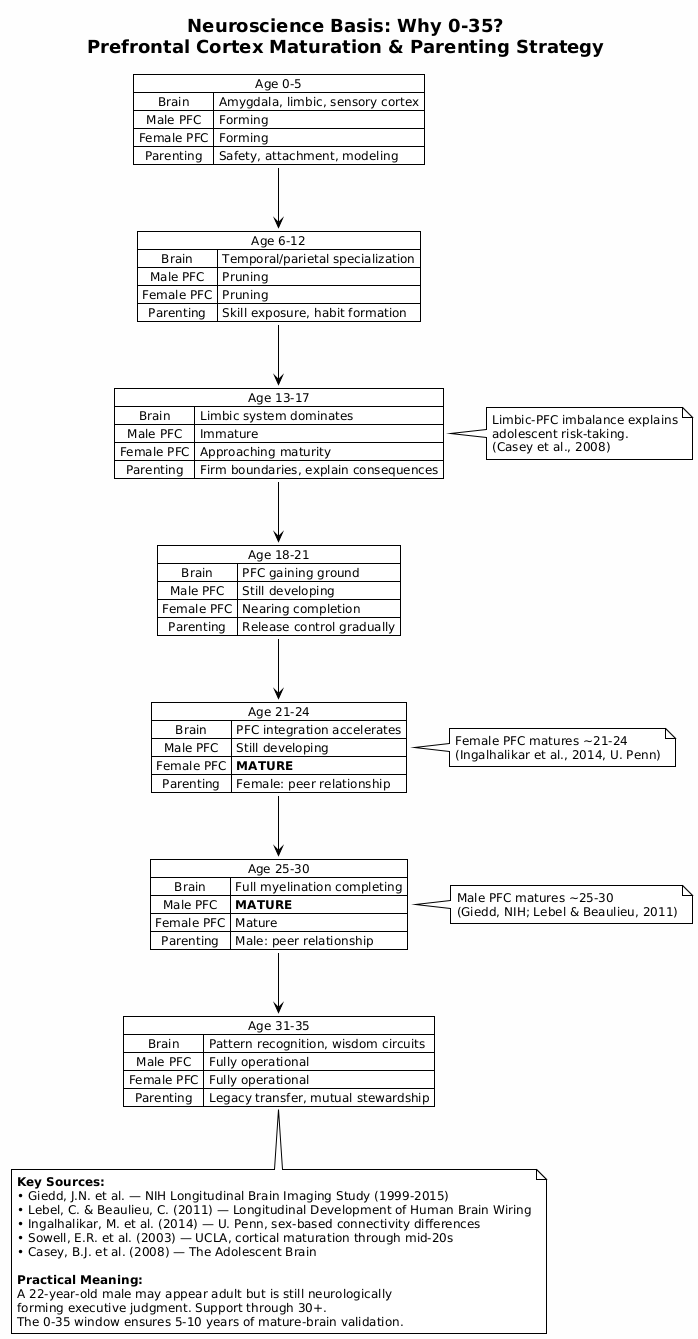
Before: diagrams/brain_maturation.png, a diagram exported from PlantUML (vampireLibrarianMonk/life_planning). Source of this version:
```plantuml
@startuml brain_maturation
!theme plain
skinparam backgroundColor #FEFEFE
skinparam defaultFontSize 12
skinparam titleFontSize 18

title Neuroscience Basis: Why 0-35?\nPrefrontal Cortex Maturation & Parenting Strategy

map "Age 0-5" as a1 {
  Brain => Amygdala, limbic, sensory cortex
  Male PFC => Forming
  Female PFC => Forming
  Parenting => Safety, attachment, modeling
}

map "Age 6-12" as a2 {
  Brain => Temporal/parietal specialization
  Male PFC => Pruning
  Female PFC => Pruning
  Parenting => Skill exposure, habit formation
}

map "Age 13-17" as a3 {
  Brain => Limbic system dominates
  Male PFC => Immature
  Female PFC => Approaching maturity
  Parenting => Firm boundaries, explain consequences
}

map "Age 18-21" as a4 {
  Brain => PFC gaining ground
  Male PFC => Still developing
  Female PFC => Nearing completion
  Parenting => Release control gradually
}

map "Age 21-24" as a5 {
  Brain => PFC integration accelerates
  Male PFC => Still developing
  Female PFC => **MATURE**
  Parenting => Female: peer relationship
}

map "Age 25-30" as a6 {
  Brain => Full myelination completing
  Male PFC => **MATURE**
  Female PFC => Mature
  Parenting => Male: peer relationship
}

map "Age 31-35" as a7 {
  Brain => Pattern recognition, wisdom circuits
  Male PFC => Fully operational
  Female PFC => Fully operational
  Parenting => Legacy transfer, mutual stewardship
}

a1 -down-> a2
a2 -down-> a3
a3 -down-> a4
a4 -down-> a5
a5 -down-> a6
a6 -down-> a7

note right of a3
  Limbic-PFC imbalance explains
  adolescent risk-taking.
  (Casey et al., 2008)
end note

note right of a5
  Female PFC matures ~21-24
  (Ingalhalikar et al., 2014, U. Penn)
end note

note right of a6
  Male PFC matures ~25-30
  (Giedd, NIH; Lebel & Beaulieu, 2011)
end note

note bottom of a7
  **Key Sources:**
  • Giedd, J.N. et al. — NIH Longitudinal Brain Imaging Study (1999-2015)
  • Lebel, C. & Beaulieu, C. (2011) — Longitudinal Development of Human Brain Wiring
  • Ingalhalikar, M. et al. (2014) — U. Penn, sex-based connectivity differences
  • Sowell, E.R. et al. (2003) — UCLA, cortical maturation through mid-20s
  • Casey, B.J. et al. (2008) — The Adolescent Brain

  **Practical Meaning:**
  A 22-year-old male may appear adult but is still neurologically
  forming executive judgment. Support through 30+.
  The 0-35 window ensures 5-10 years of mature-brain validation.
end note

@enduml
```
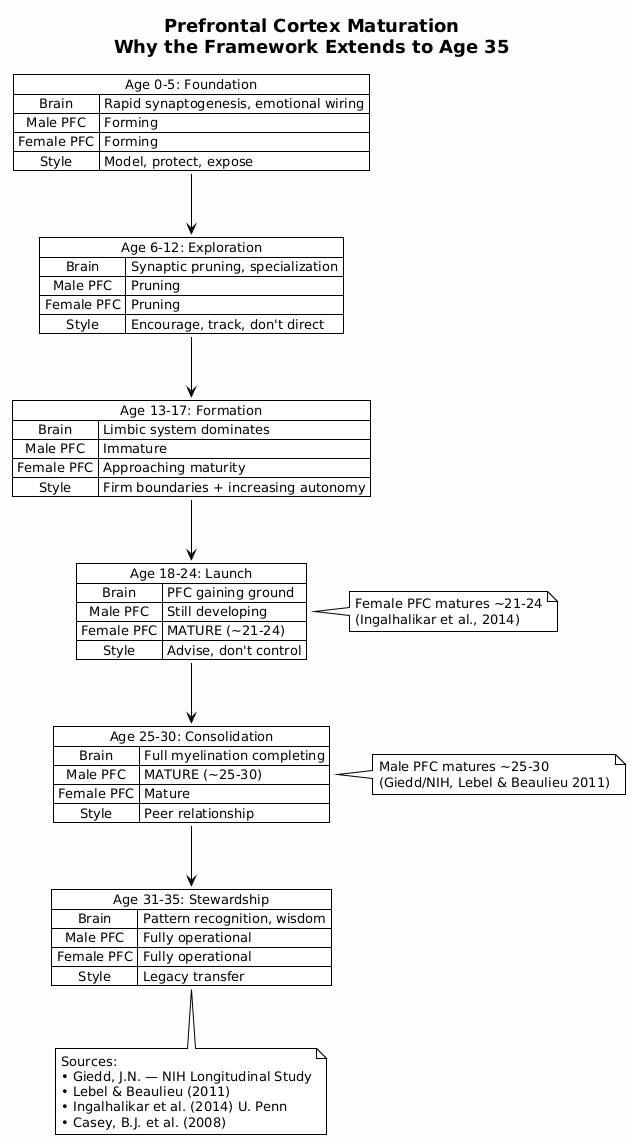
The same file after the commit.

Change to the diagram source:
```diff
@@ -1,58 +1,51 @@
 @startuml brain_maturation
 !theme plain
 skinparam backgroundColor #FEFEFE
-skinparam defaultFontSize 12
+skinparam defaultFontSize 13
 skinparam titleFontSize 18
 
-title Neuroscience Basis: Why 0-35?\nPrefrontal Cortex Maturation & Parenting Strategy
+title Prefrontal Cortex Maturation\nWhy the Framework Extends to Age 35
 
-map "Age 0-5" as a1 {
-  Brain => Amygdala, limbic, sensory cortex
+map "Age 0-5: Foundation" as a1 {
+  Brain => Rapid synaptogenesis, emotional wiring
   Male PFC => Forming
   Female PFC => Forming
-  Parenting => Safety, attachment, modeling
+  Style => Model, protect, expose
 }
 
-map "Age 6-12" as a2 {
-  Brain => Temporal/parietal specialization
+map "Age 6-12: Exploration" as a2 {
+  Brain => Synaptic pruning, specialization
   Male PFC => Pruning
   Female PFC => Pruning
-  Parenting => Skill exposure, habit formation
+  Style => Encourage, track, don't direct
 }
 
-map "Age 13-17" as a3 {
+map "Age 13-17: Formation" as a3 {
   Brain => Limbic system dominates
   Male PFC => Immature
   Female PFC => Approaching maturity
-  Parenting => Firm boundaries, explain consequences
+  Style => Firm boundaries + increasing autonomy
 }
 
-map "Age 18-21" as a4 {
+map "Age 18-24: Launch" as a4 {
   Brain => PFC gaining ground
   Male PFC => Still developing
-  Female PFC => Nearing completion
-  Parenting => Release control gradually
+  Female PFC => MATURE (~21-24)
+  Style => Advise, don't control
 }
 
-map "Age 21-24" as a5 {
-  Brain => PFC integration accelerates
-  Male PFC => Still developing
-  Female PFC => **MATURE**
-  Parenting => Female: peer relationship
+map "Age 25-30: Consolidation" as a5 {
+  Brain => Full myelination completing
+  Male PFC => MATURE (~25-30)
+  Female PFC => Mature
+  Style => Peer relationship
 }
 
-map "Age 25-30" as a6 {
-  Brain => Full myelination completing
-  Male PFC => **MATURE**
-  Female PFC => Mature
-  Parenting => Male: peer relationship
-}
-
-map "Age 31-35" as a7 {
-  Brain => Pattern recognition, wisdom circuits
+map "Age 31-35: Stewardship" as a6 {
+  Brain => Pattern recognition, wisdom
   Male PFC => Fully operational
   Female PFC => Fully operational
-  Parenting => Legacy transfer, mutual stewardship
+  Style => Legacy transfer
 }
 
 a1 -down-> a2
@@ -60,36 +53,23 @@
 a3 -down-> a4
 a4 -down-> a5
 a5 -down-> a6
-a6 -down-> a7
 
-note right of a3
-  Limbic-PFC imbalance explains
-  adolescent risk-taking.
-  (Casey et al., 2008)
+note right of a4
+  Female PFC matures ~21-24
+  (Ingalhalikar et al., 2014)
 end note
 
 note right of a5
-  Female PFC matures ~21-24
-  (Ingalhalikar et al., 2014, U. Penn)
+  Male PFC matures ~25-30
+  (Giedd/NIH, Lebel & Beaulieu 2011)
 end note
 
-note right of a6
-  Male PFC matures ~25-30
-  (Giedd, NIH; Lebel & Beaulieu, 2011)
-end note
-
-note bottom of a7
-  **Key Sources:**
-  • Giedd, J.N. et al. — NIH Longitudinal Brain Imaging Study (1999-2015)
-  • Lebel, C. & Beaulieu, C. (2011) — Longitudinal Development of Human Brain Wiring
-  • Ingalhalikar, M. et al. (2014) — U. Penn, sex-based connectivity differences
-  • Sowell, E.R. et al. (2003) — UCLA, cortical maturation through mid-20s
-  • Casey, B.J. et al. (2008) — The Adolescent Brain
-
-  **Practical Meaning:**
-  A 22-year-old male may appear adult but is still neurologically
-  forming executive judgment. Support through 30+.
-  The 0-35 window ensures 5-10 years of mature-brain validation.
+note bottom of a6
+  Sources:
+  • Giedd, J.N. — NIH Longitudinal Study
+  • Lebel & Beaulieu (2011)
+  • Ingalhalikar et al. (2014) U. Penn
+  • Casey, B.J. et al. (2008)
 end note
 
 @enduml
```
